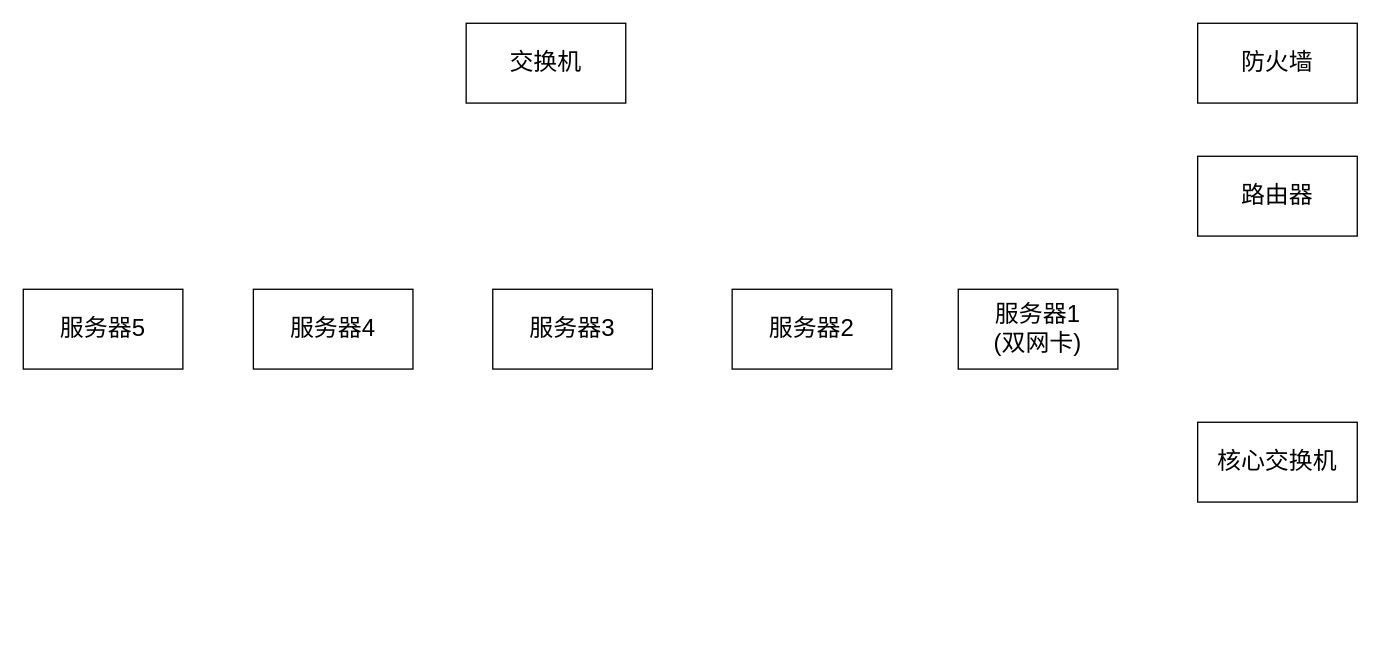
Before: mingluzhongxue.drawio in bzerozero7/test, a draw.io diagram. Source tidied: cells renumbered, new cells numbered last; positions are measured from the earlier drawing's top-left corner, leaving out a move shared by most shapes. Both pictures are drawn from the tidied source at 133%, with x=0, y=0 at pixel (23, 23).
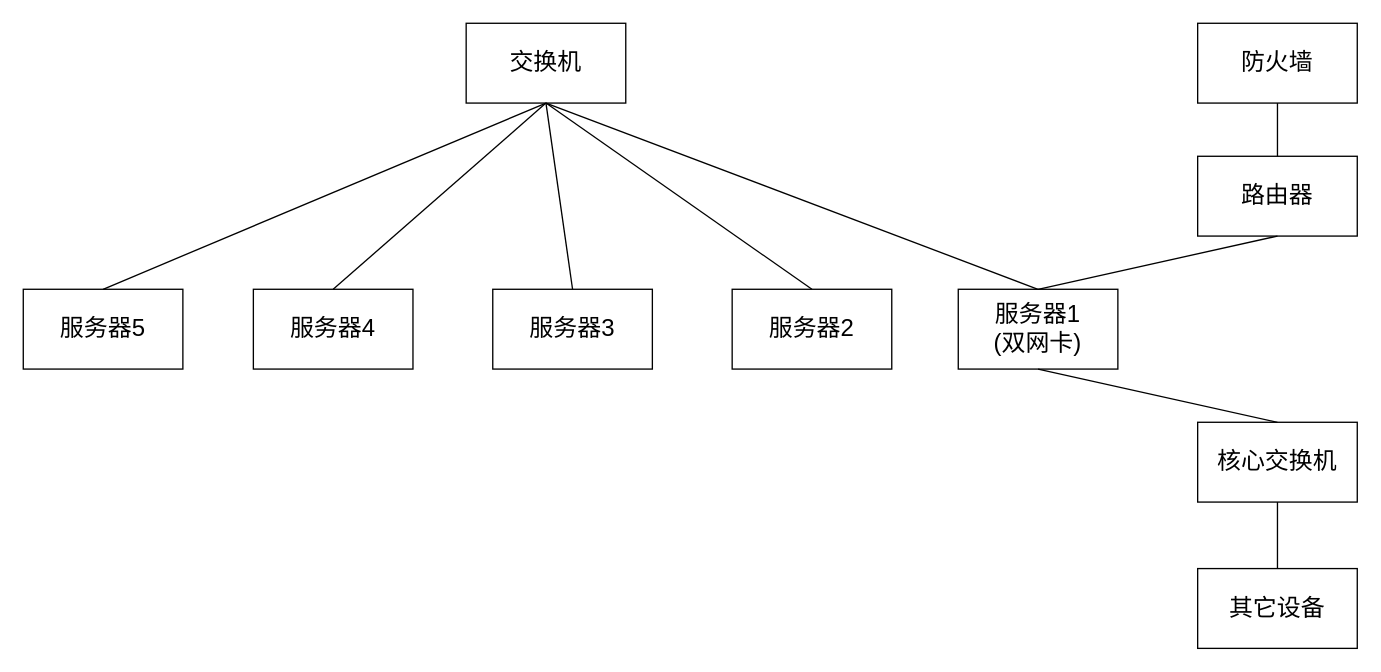
The same page after the edit.

The change refers to these unchanged cells:
```xml
<mxCell id="2" value="&lt;font style=&quot;font-size: 18px;&quot;&gt;防火墙&lt;/font&gt;" style="rounded=0;whiteSpace=wrap;html=1;" parent="1" vertex="1">
  <mxGeometry x="883" width="120" height="60" as="geometry" />
</mxCell>
<mxCell id="3" value="&lt;span style=&quot;font-size: 18px;&quot;&gt;路由器&lt;/span&gt;" style="rounded=0;whiteSpace=wrap;html=1;" parent="1" vertex="1">
  <mxGeometry x="883" y="100" width="120" height="60" as="geometry" />
</mxCell>
<mxCell id="4" value="&lt;span style=&quot;font-size: 18px;&quot;&gt;服务器1&lt;/span&gt;&lt;div&gt;&lt;span style=&quot;font-size: 18px;&quot;&gt;(双网卡)&lt;/span&gt;&lt;/div&gt;" style="rounded=0;whiteSpace=wrap;html=1;" parent="1" vertex="1">
  <mxGeometry x="703" y="200" width="120" height="60" as="geometry" />
</mxCell>
<mxCell id="5" value="&lt;span style=&quot;font-size: 18px;&quot;&gt;核心交换机&lt;/span&gt;" style="rounded=0;whiteSpace=wrap;html=1;" parent="1" vertex="1">
  <mxGeometry x="883" y="300" width="120" height="60" as="geometry" />
</mxCell>
<mxCell id="6" value="&lt;span style=&quot;font-size: 18px;&quot;&gt;服务器2&lt;/span&gt;" style="rounded=0;whiteSpace=wrap;html=1;" parent="1" vertex="1">
  <mxGeometry x="533" y="200" width="120" height="60" as="geometry" />
</mxCell>
<mxCell id="7" value="&lt;span style=&quot;font-size: 18px;&quot;&gt;服务器3&lt;/span&gt;" style="rounded=0;whiteSpace=wrap;html=1;" parent="1" vertex="1">
  <mxGeometry x="353" y="200" width="120" height="60" as="geometry" />
</mxCell>
<mxCell id="8" value="&lt;span style=&quot;font-size: 18px;&quot;&gt;服务器4&lt;/span&gt;" style="rounded=0;whiteSpace=wrap;html=1;" parent="1" vertex="1">
  <mxGeometry x="173" y="200" width="120" height="60" as="geometry" />
</mxCell>
<mxCell id="9" value="&lt;span style=&quot;font-size: 18px;&quot;&gt;服务器5&lt;/span&gt;" style="rounded=0;whiteSpace=wrap;html=1;" parent="1" vertex="1">
  <mxGeometry y="200" width="120" height="60" as="geometry" />
</mxCell>
<mxCell id="10" value="&lt;span style=&quot;font-size: 18px;&quot;&gt;交换机&lt;/span&gt;" style="rounded=0;whiteSpace=wrap;html=1;" parent="1" vertex="1">
  <mxGeometry x="333" width="120" height="60" as="geometry" />
</mxCell>
```

Diff of the diagram source:
```diff
@@
+    <mxCell id="11" style="endArrow=none;html=1;rounded=0;entryX=0.5;entryY=1;entryDx=0;entryDy=0;exitX=0.5;exitY=0;exitDx=0;exitDy=0;" parent="1" edge="1" source="9" target="10">
+      <mxGeometry relative="1" as="geometry" />
+    </mxCell>
+    <mxCell id="12" style="endArrow=none;html=1;rounded=0;entryX=0.5;entryY=1;entryDx=0;entryDy=0;exitX=0.5;exitY=0;exitDx=0;exitDy=0;" parent="1" edge="1" source="8" target="10">
+      <mxGeometry relative="1" as="geometry" />
+    </mxCell>
+    <mxCell id="13" style="endArrow=none;html=1;rounded=0;entryX=0.5;entryY=1;entryDx=0;entryDy=0;exitX=0.5;exitY=0;exitDx=0;exitDy=0;" parent="1" edge="1" source="7" target="10">
+      <mxGeometry relative="1" as="geometry" />
+    </mxCell>
+    <mxCell id="14" style="endArrow=none;html=1;rounded=0;entryX=0.5;entryY=1;entryDx=0;entryDy=0;exitX=0.5;exitY=0;exitDx=0;exitDy=0;" parent="1" edge="1" source="6" target="10">
+      <mxGeometry relative="1" as="geometry" />
+    </mxCell>
+    <mxCell id="15" style="endArrow=none;html=1;rounded=0;entryX=0.5;entryY=1;entryDx=0;entryDy=0;exitX=0.5;exitY=0;exitDx=0;exitDy=0;" parent="1" edge="1" source="3" target="2">
+      <mxGeometry relative="1" as="geometry" />
+    </mxCell>
+    <mxCell id="16" style="endArrow=none;html=1;rounded=0;entryX=0.5;entryY=1;entryDx=0;entryDy=0;exitX=0.5;exitY=0;exitDx=0;exitDy=0;" parent="1" edge="1" source="4" target="3">
+      <mxGeometry relative="1" as="geometry" />
+    </mxCell>
+    <mxCell id="17" style="endArrow=none;html=1;rounded=0;entryX=0.5;entryY=0;entryDx=0;entryDy=0;exitX=0.5;exitY=1;exitDx=0;exitDy=0;" parent="1" edge="1" source="4" target="5">
+      <mxGeometry relative="1" as="geometry" />
+    </mxCell>
+    <mxCell id="18" style="endArrow=none;html=1;rounded=0;entryX=0.5;entryY=0;entryDx=0;entryDy=0;exitX=0.5;exitY=1;exitDx=0;exitDy=0;" parent="1" edge="1" source="10" target="4">
+      <mxGeometry relative="1" as="geometry" />
+    </mxCell>
+    <mxCell id="19" value="&lt;font style=&quot;font-size: 18px;&quot;&gt;其它设备&lt;/font&gt;" style="rounded=0;whiteSpace=wrap;html=1;" parent="1" vertex="1">
+      <mxGeometry x="883" y="410" width="120" height="60" as="geometry" />
+    </mxCell>
+    <mxCell id="20" style="endArrow=none;html=1;rounded=0;entryX=0.5;entryY=1;entryDx=0;entryDy=0;exitX=0.5;exitY=0;exitDx=0;exitDy=0;" parent="1" edge="1" source="19" target="5">
+      <mxGeometry relative="1" as="geometry" />
+    </mxCell>
```
